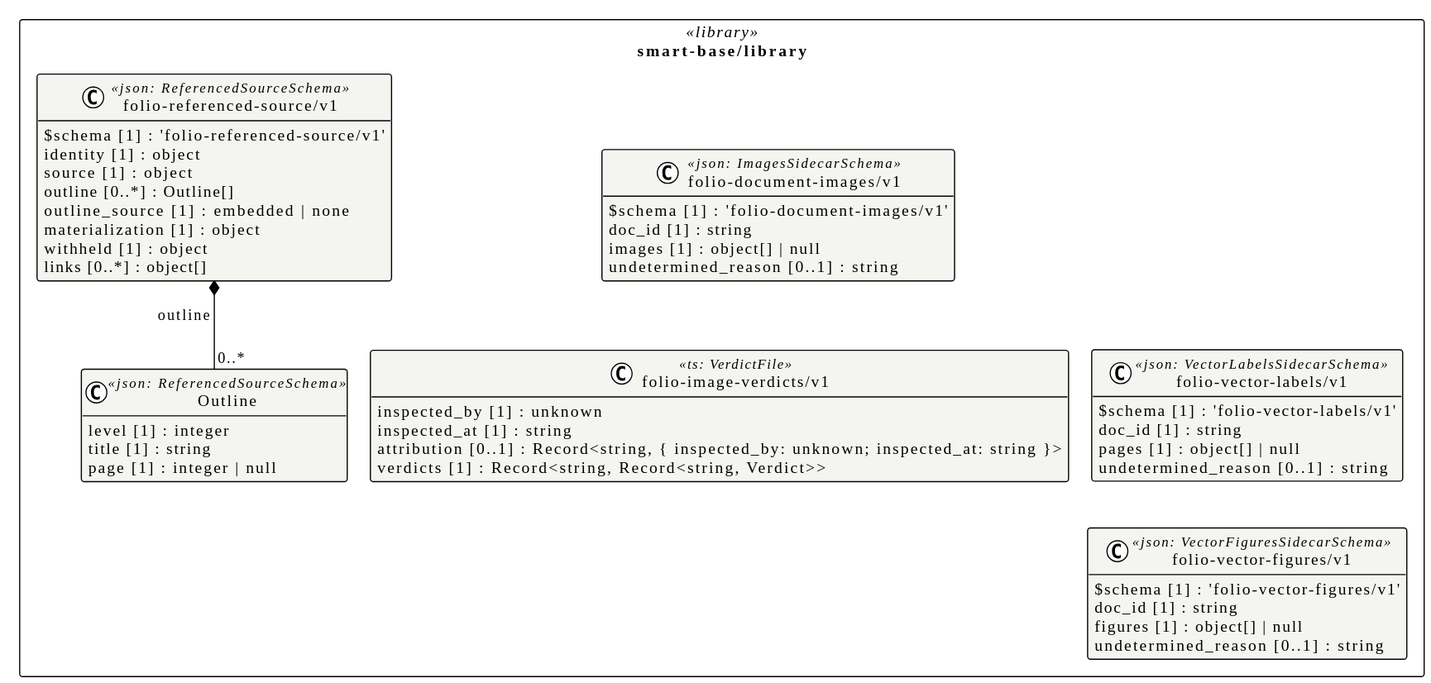
Before: assets/img/uml/overview/smart-base/library.svg, a diagram exported from PlantUML (litlfred/smart-trust).
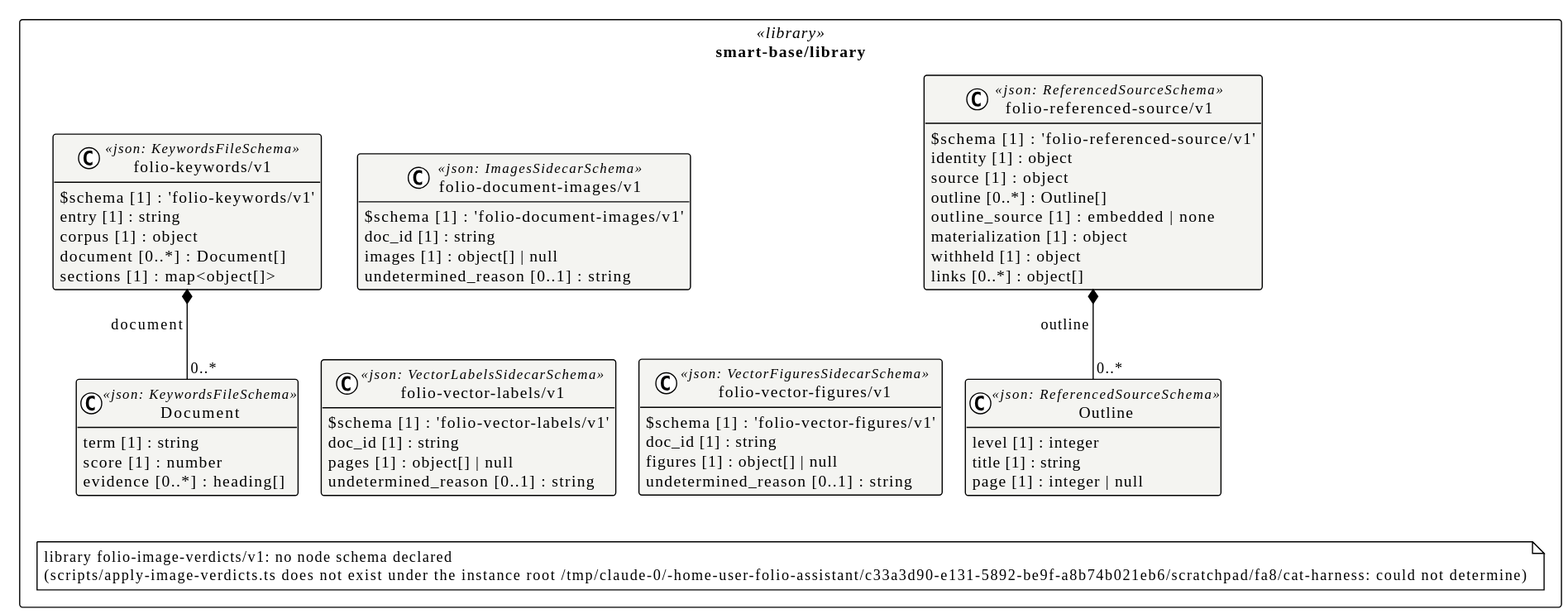
The same file after the commit.

The edit, as a diff of the source:
```diff
@@ -13,12 +13,6 @@
     images [1] : object[] | null
     undetermined_reason [0..1] : string
   }
-  class "folio-image-verdicts/v1" as smart_base_library_folio_image_verdicts_v1 <<ts: VerdictFile>> #f4f4f1 {
-    inspected_by [1] : unknown
-    inspected_at [1] : string
-    attribution [0..1] : Record<string, { inspected_by: unknown; inspected_at: string }>
-    verdicts [1] : Record<string, Record<string, Verdict>>
-  }
   class "folio-vector-labels/v1" as smart_base_library_folio_vector_labels_v1_folio_vector_labels_v1 <<json: VectorLabelsSidecarSchema>> #f4f4f1 {
     $schema [1] : 'folio-vector-labels/v1'
     doc_id [1] : string
@@ -30,6 +24,18 @@
     doc_id [1] : string
     figures [1] : object[] | null
     undetermined_reason [0..1] : string
+  }
+  class "Document" as smart_base_library_folio_keywords_v1_Document <<json: KeywordsFileSchema>> #f4f4f1 {
+    term [1] : string
+    score [1] : number
+    evidence [0..*] : heading[]
+  }
+  class "folio-keywords/v1" as smart_base_library_folio_keywords_v1_folio_keywords_v1 <<json: KeywordsFileSchema>> #f4f4f1 {
+    $schema [1] : 'folio-keywords/v1'
+    entry [1] : string
+    corpus [1] : object
+    document [0..*] : Document[]
+    sections [1] : map<object[]>
   }
   class "Outline" as smart_base_library_folio_referenced_source_v1_Outline <<json: ReferencedSourceSchema>> #f4f4f1 {
     level [1] : integer
@@ -46,7 +52,9 @@
     withheld [1] : object
     links [0..*] : object[]
   }
+  note "library folio-image-verdicts/v1: no node schema declared\n(scripts/apply-image-verdicts.ts does not exist under the instance root /tmp/claude-0/-home-user-folio-assistant/c33a3d90-e131-5892-be9f-a8b74b021eb6/scratchpad/fa8/cat-harness: could not determine)" as n_smart_base_library_library_folio_image_verdicts_v1
 }
 
+smart_base_library_folio_keywords_v1_folio_keywords_v1 *-- "0..*" smart_base_library_folio_keywords_v1_Document : document
 smart_base_library_folio_referenced_source_v1_folio_referenced_source_v1 *-- "0..*" smart_base_library_folio_referenced_source_v1_Outline : outline
 @enduml
```
